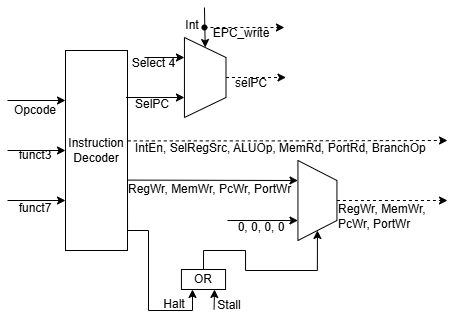
Earlier version of the draw.io export ControlUnit.drawio.png (sircuspelle/cached-harvard-risc-assembler). Source tidied: cells renumbered, new cells last; positions are measured from the earlier drawing's top-left corner, leaving out a move shared by most shapes.
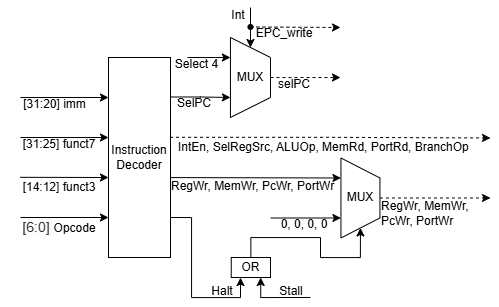
After the commit.

Change to the diagram source:
```diff
@@ -2,162 +2,181 @@
   <root>
     <mxCell id="0" />
     <mxCell id="1" parent="0" />
-    <mxCell id="2" style="edgeStyle=orthogonalEdgeStyle;rounded=0;jettySize=auto;html=1;exitX=1.005;exitY=0.452;exitDx=0;exitDy=0;dashed=1;exitPerimeter=0;" parent="1" edge="1" source="3">
+    <mxCell id="2" style="edgeStyle=orthogonalEdgeStyle;rounded=0;jettySize=auto;html=1;exitX=0.993;exitY=0.399;exitDx=0;exitDy=0;dashed=1;exitPerimeter=0;" parent="1" edge="1" source="3">
       <mxGeometry relative="1" as="geometry">
-        <mxPoint x="442" y="133" as="targetPoint" />
+        <mxPoint x="442" y="123.5" as="targetPoint" />
         <Array as="points">
-          <mxPoint x="280" y="133" />
+          <mxPoint x="280" y="123" />
         </Array>
       </mxGeometry>
     </mxCell>
     <mxCell id="3" value="Instruction Decoder" style="rounded=0;whiteSpace=wrap;html=1;" parent="1" vertex="1">
       <mxGeometry x="60" y="43" width="62" height="200" as="geometry" />
     </mxCell>
-    <mxCell id="4" value="funct7" style="text;html=1;whiteSpace=wrap;strokeColor=none;fillColor=none;align=center;verticalAlign=middle;rounded=0;" parent="1" vertex="1">
-      <mxGeometry y="195" width="60" height="12" as="geometry" />
+    <mxCell id="4" value="[31:25] funct7" style="text;html=1;whiteSpace=wrap;strokeColor=none;fillColor=none;align=center;verticalAlign=middle;rounded=0;" parent="1" vertex="1">
+      <mxGeometry x="-38" y="124" width="98" height="12" as="geometry" />
     </mxCell>
-    <mxCell id="5" value="Opcode" style="text;html=1;whiteSpace=wrap;strokeColor=none;fillColor=none;align=center;verticalAlign=middle;rounded=0;" parent="1" vertex="1">
-      <mxGeometry y="92" width="60" height="21" as="geometry" />
+    <mxCell id="5" value="&lt;span style=&quot;color: rgb(43, 45, 49); font-size: 14px; text-align: start; background-color: rgb(252, 252, 252);&quot;&gt;&lt;font face=&quot;Helvetica&quot;&gt;[6:0]&amp;nbsp;&lt;/font&gt;&lt;/span&gt;Opcode" style="text;html=1;whiteSpace=wrap;strokeColor=none;fillColor=none;align=center;verticalAlign=middle;rounded=0;" parent="1" vertex="1">
+      <mxGeometry x="-19" y="202" width="60" height="21" as="geometry" />
     </mxCell>
-    <mxCell id="6" value="funct3" style="text;html=1;whiteSpace=wrap;strokeColor=none;fillColor=none;align=center;verticalAlign=middle;rounded=0;" parent="1" vertex="1">
-      <mxGeometry y="133" width="60" height="30" as="geometry" />
+    <mxCell id="6" value="[14:12] funct3" style="text;html=1;whiteSpace=wrap;strokeColor=none;fillColor=none;align=center;verticalAlign=middle;rounded=0;" parent="1" vertex="1">
+      <mxGeometry x="-38" y="163" width="98" height="20" as="geometry" />
     </mxCell>
     <mxCell id="7" style="edgeStyle=none;jettySize=auto;html=1;rounded=0;exitX=1.034;exitY=0.698;exitDx=0;exitDy=0;exitPerimeter=0;entryX=0.25;entryY=1;entryDx=0;entryDy=0;" parent="1" edge="1" target="11">
       <mxGeometry relative="1" as="geometry">
-        <mxPoint x="122.5" y="172.6" as="sourcePoint" />
+        <mxPoint x="122.5" y="163.1" as="sourcePoint" />
       </mxGeometry>
     </mxCell>
     <mxCell id="8" value="RegWr, MemWr,&amp;nbsp;&lt;span style=&quot;background-color: transparent; color: light-dark(rgb(0, 0, 0), rgb(255, 255, 255));&quot;&gt;PcWr, PortWr&lt;/span&gt;" style="text;html=1;whiteSpace=wrap;strokeColor=none;fillColor=none;align=left;verticalAlign=middle;rounded=0;" parent="1" vertex="1">
-      <mxGeometry x="121" y="175" width="166.9" height="14" as="geometry" />
+      <mxGeometry x="121" y="165.5" width="166.9" height="14" as="geometry" />
     </mxCell>
     <mxCell id="9" value="0, 0, 0, 0" style="text;html=1;whiteSpace=wrap;strokeColor=none;fillColor=none;align=center;verticalAlign=middle;rounded=0;" parent="1" vertex="1">
-      <mxGeometry x="225.9" y="205" width="60" height="30" as="geometry" />
+      <mxGeometry x="225.9" y="195.5" width="60" height="30" as="geometry" />
     </mxCell>
     <mxCell id="10" style="edgeStyle=orthogonalEdgeStyle;rounded=0;jettySize=auto;html=1;dashed=1;" parent="1" edge="1" source="11">
       <mxGeometry relative="1" as="geometry">
-        <mxPoint x="442" y="193" as="targetPoint" />
+        <mxPoint x="442" y="183.5" as="targetPoint" />
       </mxGeometry>
     </mxCell>
     <mxCell id="11" style="shape=trapezoid;perimeter=trapezoidPerimeter;whiteSpace=wrap;html=1;fixedSize=1;direction=south;" parent="1" vertex="1">
-      <mxGeometry x="292.4" y="153" width="39" height="80" as="geometry" />
+      <mxGeometry x="292.4" y="143.5" width="39" height="80" as="geometry" />
     </mxCell>
-    <mxCell id="12" style="edgeStyle=none;jettySize=auto;html=1;rounded=0;entryX=0.75;entryY=1;entryDx=0;entryDy=0;" parent="1" edge="1" target="29">
+    <mxCell id="12" style="edgeStyle=orthogonalEdgeStyle;jettySize=auto;html=1;rounded=0;entryX=0.75;entryY=1;entryDx=0;entryDy=0;" parent="1" edge="1" target="29">
       <mxGeometry relative="1" as="geometry">
-        <mxPoint x="208.6" y="302" as="sourcePoint" />
-        <Array as="points">
-          <mxPoint x="208.6" y="302" />
-        </Array>
+        <mxPoint x="262" y="283" as="sourcePoint" />
       </mxGeometry>
     </mxCell>
     <mxCell id="13" value="Stall" style="text;html=1;whiteSpace=wrap;strokeColor=none;fillColor=none;align=center;verticalAlign=middle;rounded=0;" parent="1" vertex="1">
-      <mxGeometry x="208.9" y="293" width="29.5" height="9" as="geometry" />
+      <mxGeometry x="227.7" y="272.5" width="29.5" height="9" as="geometry" />
     </mxCell>
     <mxCell id="14" value="IntEn, SelRegSrc, ALUOp,&amp;nbsp;&lt;span style=&quot;background-color: transparent; color: light-dark(rgb(0, 0, 0), rgb(255, 255, 255));&quot;&gt;MemRd, PortRd, BranchOp&lt;/span&gt;" style="text;html=1;whiteSpace=wrap;strokeColor=none;fillColor=none;align=left;verticalAlign=middle;rounded=0;" parent="1" vertex="1">
-      <mxGeometry x="128" y="133" width="320" height="17" as="geometry" />
+      <mxGeometry x="128" y="124.5" width="320" height="17" as="geometry" />
     </mxCell>
-    <mxCell id="15" style="edgeStyle=orthogonalEdgeStyle;rounded=0;jettySize=auto;html=1;exitX=0.5;exitY=0;exitDx=0;exitDy=0;entryX=0.75;entryY=1;entryDx=0;entryDy=0;" parent="1" edge="1" target="17">
+    <mxCell id="15" style="edgeStyle=orthogonalEdgeStyle;rounded=0;jettySize=auto;html=1;entryX=0.75;entryY=1;entryDx=0;entryDy=0;" parent="1" edge="1" target="17">
       <mxGeometry relative="1" as="geometry">
-        <mxPoint x="120.5" y="90" as="sourcePoint" />
+        <mxPoint x="122" y="82.5" as="sourcePoint" />
+        <Array as="points">
+          <mxPoint x="152" y="83" />
+        </Array>
       </mxGeometry>
     </mxCell>
     <mxCell id="16" style="edgeStyle=orthogonalEdgeStyle;rounded=0;jettySize=auto;html=1;exitX=0.5;exitY=0;exitDx=0;exitDy=0;dashed=1;" parent="1" edge="1" source="17">
       <mxGeometry relative="1" as="geometry">
-        <mxPoint x="280.5" y="70" as="targetPoint" />
+        <mxPoint x="292" y="63" as="targetPoint" />
         <Array as="points">
-          <mxPoint x="258.9" y="70" />
+          <mxPoint x="242" y="63" />
+          <mxPoint x="242" y="63" />
         </Array>
       </mxGeometry>
     </mxCell>
     <mxCell id="17" style="shape=trapezoid;perimeter=trapezoidPerimeter;whiteSpace=wrap;html=1;fixedSize=1;direction=south;" parent="1" vertex="1">
-      <mxGeometry x="178.9" y="30" width="41.6" height="80" as="geometry" />
+      <mxGeometry x="181.9" y="23" width="40.1" height="80" as="geometry" />
     </mxCell>
     <mxCell id="18" value="SelPC" style="text;html=1;whiteSpace=wrap;strokeColor=none;fillColor=none;align=center;verticalAlign=middle;rounded=0;" parent="1" vertex="1">
-      <mxGeometry x="116.5" y="92" width="60" height="9" as="geometry" />
+      <mxGeometry x="116.5" y="84.5" width="60" height="9" as="geometry" />
     </mxCell>
     <mxCell id="19" style="edgeStyle=none;jettySize=auto;html=1;rounded=0;entryX=0.25;entryY=1;entryDx=0;entryDy=0;" parent="1" edge="1" target="17">
       <mxGeometry relative="1" as="geometry">
-        <mxPoint x="138.9" y="50" as="sourcePoint" />
+        <mxPoint x="139" y="43" as="sourcePoint" />
       </mxGeometry>
     </mxCell>
     <mxCell id="20" value="Select 4" style="text;html=1;whiteSpace=wrap;strokeColor=none;fillColor=none;align=center;verticalAlign=middle;rounded=0;" parent="1" vertex="1">
-      <mxGeometry x="120.9" y="51" width="55" height="11" as="geometry" />
+      <mxGeometry x="120.9" y="44.5" width="55" height="11" as="geometry" />
     </mxCell>
     <mxCell id="21" value="selPC" style="text;html=1;whiteSpace=wrap;strokeColor=none;fillColor=none;align=center;verticalAlign=middle;rounded=0;" parent="1" vertex="1">
-      <mxGeometry x="225.9" y="71" width="40" height="11" as="geometry" />
+      <mxGeometry x="225.9" y="65" width="40" height="11" as="geometry" />
     </mxCell>
     <mxCell id="22" style="edgeStyle=none;jettySize=auto;html=1;rounded=0;entryX=0;entryY=0.5;entryDx=0;entryDy=0;" parent="1" edge="1" target="17">
       <mxGeometry relative="1" as="geometry">
-        <mxPoint x="198.9" as="sourcePoint" />
+        <mxPoint x="202" y="-7" as="sourcePoint" />
       </mxGeometry>
     </mxCell>
     <mxCell id="23" value="Int" style="text;html=1;whiteSpace=wrap;strokeColor=none;fillColor=none;align=center;verticalAlign=middle;rounded=0;" parent="1" vertex="1">
-      <mxGeometry x="174.9" y="10" width="24" height="15" as="geometry" />
+      <mxGeometry x="177.9" y="-6.5" width="24" height="15" as="geometry" />
     </mxCell>
     <mxCell id="24" style="edgeStyle=none;jettySize=auto;html=1;rounded=0;dashed=1;exitX=0.5;exitY=0.5;exitDx=0;exitDy=0;exitPerimeter=0;" parent="1" edge="1" source="27">
       <mxGeometry relative="1" as="geometry">
-        <mxPoint x="278.9" y="20" as="targetPoint" />
+        <mxPoint x="292" y="13" as="targetPoint" />
       </mxGeometry>
     </mxCell>
     <mxCell id="25" style="edgeStyle=none;orthogonalLoop=1;jettySize=auto;html=1;rounded=0;" parent="1" edge="1">
       <mxGeometry relative="1" as="geometry">
-        <mxPoint x="218.9" y="18" as="sourcePoint" />
-        <mxPoint x="218.9" y="18" as="targetPoint" />
+        <mxPoint x="218.9" y="8.5" as="sourcePoint" />
+        <mxPoint x="218.9" y="8.5" as="targetPoint" />
       </mxGeometry>
     </mxCell>
     <mxCell id="26" value="EPC_write" style="text;html=1;whiteSpace=wrap;strokeColor=none;fillColor=none;align=center;verticalAlign=middle;rounded=0;" parent="1" vertex="1">
-      <mxGeometry x="205.9" y="20" width="60" height="12" as="geometry" />
+      <mxGeometry x="205.9" y="13.5" width="60" height="12" as="geometry" />
     </mxCell>
     <mxCell id="27" style="shape=waypoint;sketch=0;size=6;points=[];fillColor=none;perimeter=centerPerimeter;snapToPoint=1;" parent="1" vertex="1">
-      <mxGeometry x="188.9" y="10" width="20" height="20" as="geometry" />
+      <mxGeometry x="191.9" y="2.5" width="20" height="20" as="geometry" />
     </mxCell>
     <mxCell id="28" style="edgeStyle=orthogonalEdgeStyle;rounded=0;jettySize=auto;html=1;exitX=0.5;exitY=0;exitDx=0;exitDy=0;entryX=1;entryY=0.5;entryDx=0;entryDy=0;" parent="1" edge="1" source="29" target="11">
       <mxGeometry relative="1" as="geometry">
         <Array as="points">
-          <mxPoint x="198" y="243" />
-          <mxPoint x="240" y="243" />
-          <mxPoint x="240" y="263" />
-          <mxPoint x="312" y="263" />
+          <mxPoint x="202" y="223" />
+          <mxPoint x="272" y="223" />
+          <mxPoint x="272" y="243" />
+          <mxPoint x="312" y="243" />
         </Array>
       </mxGeometry>
     </mxCell>
     <mxCell id="29" value="OR" style="whiteSpace=wrap;html=1;" parent="1" vertex="1">
-      <mxGeometry x="175.9" y="262" width="44.1" height="20" as="geometry" />
+      <mxGeometry x="182.8" y="243" width="39.2" height="20" as="geometry" />
     </mxCell>
-    <mxCell id="30" style="edgeStyle=orthogonalEdgeStyle;jettySize=auto;html=1;rounded=0;exitX=1;exitY=0.75;exitDx=0;exitDy=0;entryX=0.25;entryY=1;entryDx=0;entryDy=0;" parent="1" edge="1" source="3" target="29">
+    <mxCell id="30" style="edgeStyle=orthogonalEdgeStyle;jettySize=auto;html=1;rounded=0;entryX=0.25;entryY=1;entryDx=0;entryDy=0;" parent="1" edge="1" target="29">
       <mxGeometry relative="1" as="geometry">
+        <mxPoint x="122" y="203" as="sourcePoint" />
         <Array as="points">
-          <mxPoint x="122" y="223" />
-          <mxPoint x="143" y="223" />
-          <mxPoint x="143" y="303" />
-          <mxPoint x="187" y="303" />
+          <mxPoint x="143" y="203" />
+          <mxPoint x="143" y="283" />
+          <mxPoint x="192" y="283" />
+          <mxPoint x="192" y="263" />
         </Array>
       </mxGeometry>
     </mxCell>
     <mxCell id="31" value="Halt" style="text;html=1;whiteSpace=wrap;strokeColor=none;fillColor=none;align=center;verticalAlign=middle;rounded=0;" parent="1" vertex="1">
-      <mxGeometry x="138.9" y="282" width="60" height="30" as="geometry" />
+      <mxGeometry x="143.7" y="272" width="60" height="9" as="geometry" />
     </mxCell>
-    <mxCell id="32" style="edgeStyle=none;jettySize=auto;html=1;rounded=0;entryX=0;entryY=0.25;entryDx=0;entryDy=0;" parent="1" edge="1" target="3">
+    <mxCell id="32" style="edgeStyle=none;orthogonalLoop=1;jettySize=auto;html=1;rounded=0;entryX=0;entryY=0.25;entryDx=0;entryDy=0;" parent="1" edge="1">
       <mxGeometry relative="1" as="geometry">
-        <mxPoint x="2" y="93" as="sourcePoint" />
+        <mxPoint x="-28" y="123" as="sourcePoint" />
+        <mxPoint x="60" y="123" as="targetPoint" />
       </mxGeometry>
     </mxCell>
-    <mxCell id="33" style="edgeStyle=none;jettySize=auto;html=1;rounded=0;entryX=0;entryY=0.5;entryDx=0;entryDy=0;" parent="1" edge="1" target="3">
+    <mxCell id="33" style="edgeStyle=none;jettySize=auto;html=1;rounded=0;entryX=0;entryY=0.5;entryDx=0;entryDy=0;exitX=0.099;exitY=-0.009;exitDx=0;exitDy=0;exitPerimeter=0;" parent="1" edge="1" source="6">
       <mxGeometry relative="1" as="geometry">
-        <mxPoint x="2" y="143" as="sourcePoint" />
+        <mxPoint x="60" y="163" as="targetPoint" />
       </mxGeometry>
     </mxCell>
-    <mxCell id="34" style="edgeStyle=none;jettySize=auto;html=1;rounded=0;entryX=0;entryY=0.75;entryDx=0;entryDy=0;" parent="1" edge="1" target="3">
+    <mxCell id="34" style="edgeStyle=none;orthogonalLoop=1;jettySize=auto;html=1;rounded=0;entryX=0;entryY=0.75;entryDx=0;entryDy=0;" parent="1" edge="1">
       <mxGeometry relative="1" as="geometry">
-        <mxPoint x="2" y="193" as="sourcePoint" />
+        <mxPoint x="-28" y="203" as="sourcePoint" />
+        <mxPoint x="60" y="203" as="targetPoint" />
       </mxGeometry>
     </mxCell>
     <mxCell id="35" style="edgeStyle=none;jettySize=auto;html=1;rounded=0;entryX=0.75;entryY=1;entryDx=0;entryDy=0;" parent="1" edge="1" target="11">
       <mxGeometry relative="1" as="geometry">
-        <mxPoint x="222" y="213" as="sourcePoint" />
+        <mxPoint x="222" y="203.5" as="sourcePoint" />
       </mxGeometry>
     </mxCell>
     <mxCell id="36" value="RegWr, MemWr,&lt;div&gt;&lt;span style=&quot;background-color: transparent; color: light-dark(rgb(0, 0, 0), rgb(255, 255, 255));&quot;&gt;PcWr, PortWr&lt;/span&gt;&lt;/div&gt;" style="text;html=1;whiteSpace=wrap;strokeColor=none;fillColor=none;align=left;verticalAlign=middle;rounded=0;" parent="1" vertex="1">
-      <mxGeometry x="331.4" y="194" width="100.6" height="29" as="geometry" />
+      <mxGeometry x="331.4" y="184.5" width="100.6" height="29" as="geometry" />
     </mxCell>
+    <mxCell id="37" style="edgeStyle=none;orthogonalLoop=1;jettySize=auto;html=1;rounded=0;" parent="1" edge="1">
+      <mxGeometry relative="1" as="geometry">
+        <mxPoint x="-28" y="83" as="sourcePoint" />
+        <mxPoint x="60" y="83" as="targetPoint" />
+      </mxGeometry>
+    </mxCell>
+    <mxCell id="38" value="[31:20] imm" style="text;html=1;whiteSpace=wrap;strokeColor=none;fillColor=none;align=center;verticalAlign=middle;rounded=0;" parent="1" vertex="1">
+      <mxGeometry x="-48" y="84" width="109" height="12" as="geometry" />
+    </mxCell>
+    <mxCell id="39" value="MUX" style="text;html=1;whiteSpace=wrap;strokeColor=none;fillColor=none;align=center;verticalAlign=middle;rounded=0;" parent="1" vertex="1">
+      <mxGeometry x="281.9" y="168.5" width="60" height="30" as="geometry" />
+    </mxCell>
+    <mxCell id="40" value="MUX" style="text;html=1;whiteSpace=wrap;strokeColor=none;fillColor=none;align=center;verticalAlign=middle;rounded=0;" parent="1" vertex="1">
+      <mxGeometry x="171.9" y="48" width="60" height="30" as="geometry" />
+    </mxCell>
   </root>
 </mxGraphModel>
```
